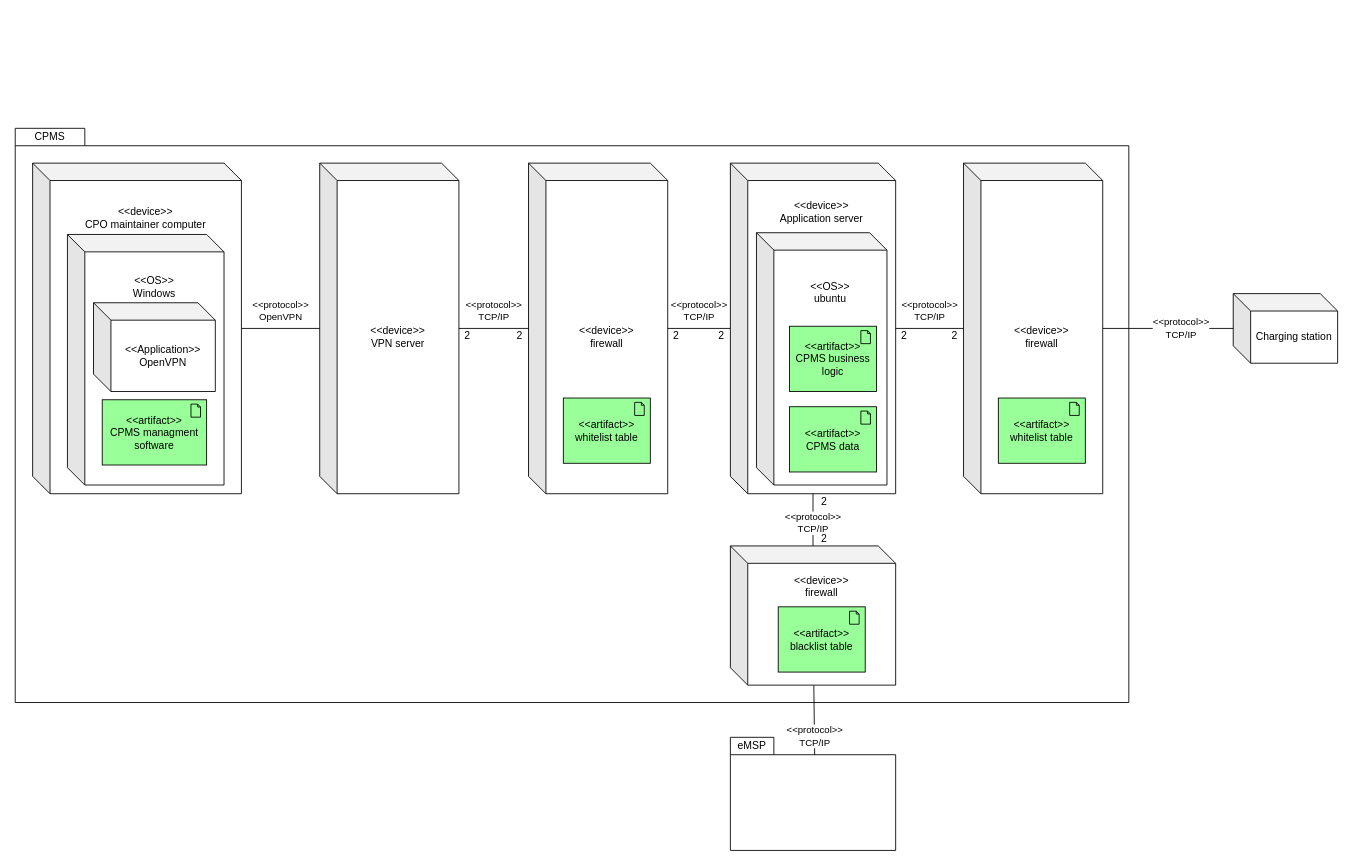
Before: page "CPMS-deployment" (4 of 4) of DD/Graphics/DD.drawio in federico-mandelli/CoriglianoMandelliPignataro, a draw.io diagram. Source tidied: cells renumbered, new cells numbered last; positions are measured from the earlier drawing's top-left corner, leaving out a move shared by most shapes. Both pictures are drawn from the tidied source at 87%, with x=0, y=0 at pixel (15, 128).
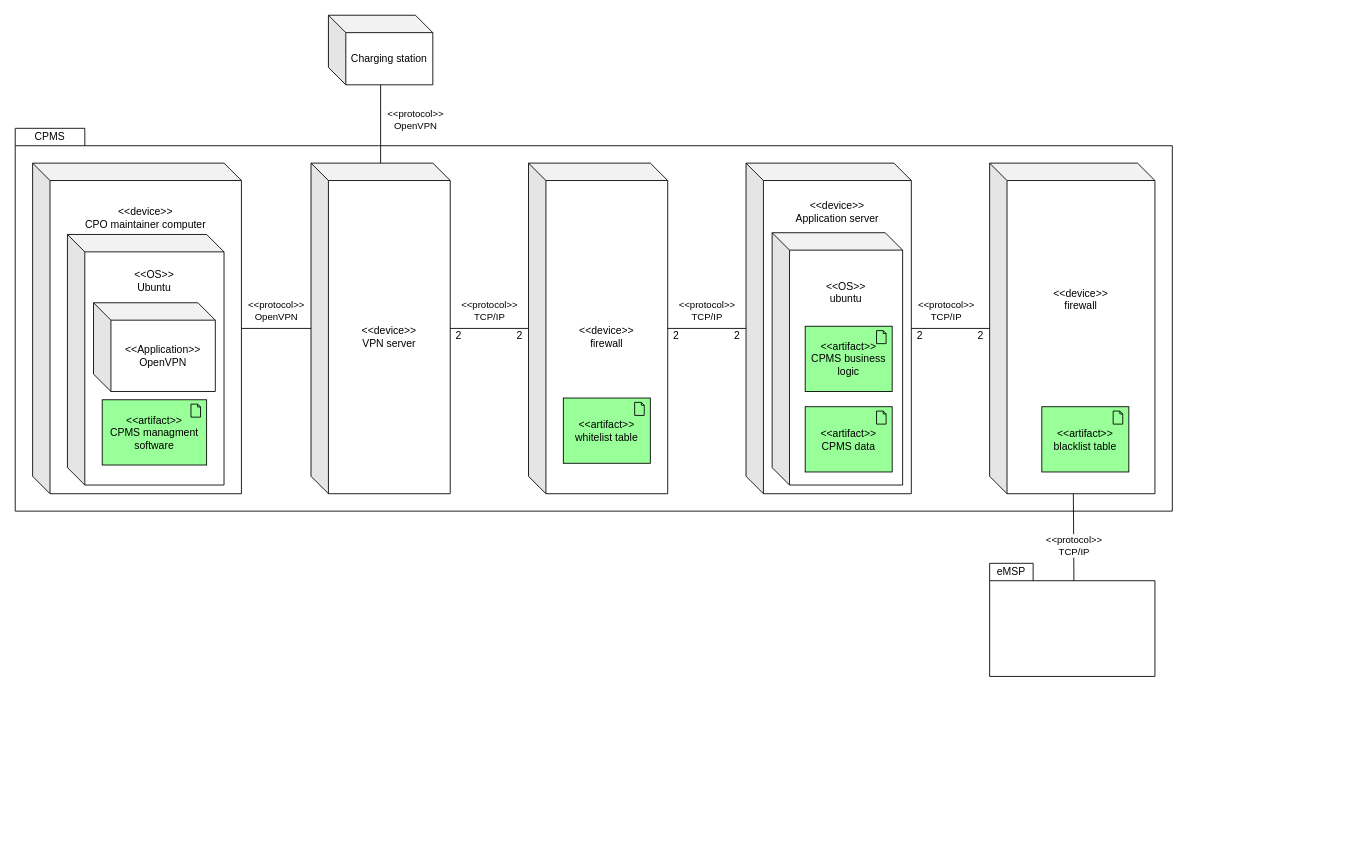
The same diagram, later.

What changed in the source:
```diff
@@
     <mxCell id="2" style="shape=folder;fontStyle=1;spacingTop=10;tabWidth=80;tabHeight=20;tabPosition=left;html=1;" parent="1" vertex="1">
-      <mxGeometry width="1280" height="660" as="geometry" />
+      <mxGeometry width="1330" height="440" as="geometry" />
     </mxCell>
     <mxCell id="3" value="&amp;lt;&amp;lt;device&amp;gt;&amp;gt;&lt;br&gt;Application server&lt;br&gt;&lt;br&gt;&lt;br&gt;&lt;br&gt;&lt;br&gt;&lt;br&gt;&lt;br&gt;&lt;br&gt;&lt;br&gt;&lt;br&gt;&lt;br&gt;&lt;br&gt;&lt;br&gt;&lt;br&gt;&lt;br&gt;&lt;br&gt;&lt;br&gt;&lt;br&gt;&lt;br&gt;&lt;br&gt;&lt;br&gt;" style="shape=cube;whiteSpace=wrap;html=1;boundedLbl=1;backgroundOutline=1;darkOpacity=0.05;darkOpacity2=0.1;" parent="1" vertex="1">
-      <mxGeometry x="822" y="40" width="190" height="380" as="geometry" />
+      <mxGeometry x="840" y="40" width="190" height="380" as="geometry" />
     </mxCell>
@@
     <mxCell id="5" style="shape=folder;fontStyle=1;spacingTop=10;tabWidth=50;tabHeight=20;tabPosition=left;html=1;" parent="1" vertex="1">
-      <mxGeometry x="822" y="700" width="190" height="130" as="geometry" />
+      <mxGeometry x="1120" y="500" width="190" height="130" as="geometry" />
     </mxCell>
     <mxCell id="6" value="eMSP" style="text;html=1;strokeColor=none;fillColor=none;align=center;verticalAlign=middle;whiteSpace=wrap;rounded=0;" parent="1" vertex="1">
-      <mxGeometry x="822" y="700" width="50" height="20" as="geometry" />
+      <mxGeometry x="1120" y="500" width="50" height="20" as="geometry" />
     </mxCell>
@@
-    <mxCell id="8" value="&amp;lt;&amp;lt;OS&amp;gt;&amp;gt;&lt;br&gt;Windows&lt;br&gt;&lt;br&gt;&lt;br&gt;&lt;br&gt;&lt;br&gt;&lt;br&gt;&lt;br&gt;&lt;br&gt;&lt;br&gt;&lt;br&gt;&lt;br&gt;&lt;br&gt;&lt;br&gt;&lt;br&gt;" style="shape=cube;whiteSpace=wrap;html=1;boundedLbl=1;backgroundOutline=1;darkOpacity=0.05;darkOpacity2=0.1;" parent="1" vertex="1">
+    <mxCell id="8" value="&amp;lt;&amp;lt;OS&amp;gt;&amp;gt;&lt;br&gt;Ubuntu&lt;br&gt;&lt;br&gt;&lt;br&gt;&lt;br&gt;&lt;br&gt;&lt;br&gt;&lt;br&gt;&lt;br&gt;&lt;br&gt;&lt;br&gt;&lt;br&gt;&lt;br&gt;&lt;br&gt;&lt;br&gt;&lt;br&gt;" style="shape=cube;whiteSpace=wrap;html=1;boundedLbl=1;backgroundOutline=1;darkOpacity=0.05;darkOpacity2=0.1;" parent="1" vertex="1">
       <mxGeometry x="60" y="122" width="180" height="288" as="geometry" />
     </mxCell>
     <mxCell id="9" value="&amp;lt;&amp;lt;OS&amp;gt;&amp;gt;&lt;br&gt;ubuntu&lt;br&gt;&lt;br&gt;&lt;br&gt;&lt;br&gt;&lt;br&gt;&lt;br&gt;&lt;br&gt;&lt;br&gt;&lt;br&gt;&lt;br&gt;&lt;br&gt;&lt;br&gt;&lt;br&gt;" style="shape=cube;whiteSpace=wrap;html=1;boundedLbl=1;backgroundOutline=1;darkOpacity=0.05;darkOpacity2=0.1;" parent="1" vertex="1">
-      <mxGeometry x="852" y="120" width="150" height="290" as="geometry" />
+      <mxGeometry x="870" y="120" width="150" height="290" as="geometry" />
     </mxCell>
@@
     <mxCell id="11" value="&amp;lt;&amp;lt;artifact&amp;gt;&amp;gt;&lt;br style=&quot;border-color: var(--border-color);&quot;&gt;CPMS business logic" style="html=1;whiteSpace=wrap;fillColor=#99ff99;shape=mxgraph.archimate.application;appType=artifact;" parent="1" vertex="1">
-      <mxGeometry x="890" y="227.5" width="100" height="75" as="geometry" />
+      <mxGeometry x="908" y="227.5" width="100" height="75" as="geometry" />
     </mxCell>
     <mxCell id="12" value="Charging station" style="shape=cube;whiteSpace=wrap;html=1;boundedLbl=1;backgroundOutline=1;darkOpacity=0.05;darkOpacity2=0.1;" parent="1" vertex="1">
-      <mxGeometry x="1400" y="190" width="120" height="80" as="geometry" />
+      <mxGeometry x="360" y="-130" width="120" height="80" as="geometry" />
     </mxCell>
-    <mxCell id="13" value="&amp;lt;&amp;lt;protocol&amp;gt;&amp;gt;&lt;br&gt;TCP/IP" style="endArrow=none;html=1;rounded=0;" parent="1" edge="1" source="12" target="18">
-      <mxGeometry x="-0.2" relative="1" as="geometry" />
-    </mxCell>
-    <mxCell id="14" value="&amp;lt;&amp;lt;protocol&amp;gt;&amp;gt;&lt;br&gt;TCP/IP" style="endArrow=none;html=1;rounded=0;" parent="1" edge="1" source="18" target="3">
-      <mxGeometry y="-20" relative="1" as="geometry" />
-    </mxCell>
@@
-    <mxCell id="18" value="&amp;lt;&amp;lt;device&amp;gt;&amp;gt;&lt;br&gt;firewall" style="shape=cube;whiteSpace=wrap;html=1;boundedLbl=1;backgroundOutline=1;darkOpacity=0.05;darkOpacity2=0.1;" parent="1" vertex="1">
-      <mxGeometry x="1090" y="40" width="160" height="380" as="geometry" />
-    </mxCell>
-    <mxCell id="19" value="&amp;lt;&amp;lt;artifact&amp;gt;&amp;gt;&lt;br style=&quot;border-color: var(--border-color);&quot;&gt;whitelist table" style="html=1;whiteSpace=wrap;fillColor=#99ff99;shape=mxgraph.archimate.application;appType=artifact;" parent="1" vertex="1">
-      <mxGeometry x="1130" y="310" width="100" height="75" as="geometry" />
-    </mxCell>
     <mxCell id="20" value="&amp;lt;&amp;lt;protocol&amp;gt;&amp;gt;&lt;br&gt;TCP/IP" style="endArrow=none;html=1;rounded=0;entryX=0.51;entryY=0.156;entryDx=0;entryDy=0;entryPerimeter=0;" parent="1" edge="1" source="22" target="5">
-      <mxGeometry x="0.44" relative="1" as="geometry">
-        <mxPoint y="1" as="offset" />
-      </mxGeometry>
+      <mxGeometry x="0.2" relative="1" as="geometry" />
     </mxCell>
     <mxCell id="21" value="&amp;lt;&amp;lt;artifact&amp;gt;&amp;gt;&lt;br style=&quot;border-color: var(--border-color);&quot;&gt;CPMS data" style="html=1;whiteSpace=wrap;fillColor=#99ff99;shape=mxgraph.archimate.application;appType=artifact;" parent="1" vertex="1">
-      <mxGeometry x="890" y="320" width="100" height="75" as="geometry" />
+      <mxGeometry x="908" y="320" width="100" height="75" as="geometry" />
     </mxCell>
     <mxCell id="22" value="&amp;lt;&amp;lt;device&amp;gt;&amp;gt;&lt;br&gt;firewall&lt;br&gt;&lt;br&gt;&lt;br&gt;&lt;br&gt;&lt;br&gt;&lt;br&gt;&lt;br&gt;" style="shape=cube;whiteSpace=wrap;html=1;boundedLbl=1;backgroundOutline=1;darkOpacity=0.05;darkOpacity2=0.1;" parent="1" vertex="1">
-      <mxGeometry x="822" y="480" width="190" height="160" as="geometry" />
+      <mxGeometry x="1120" y="40" width="190" height="380" as="geometry" />
     </mxCell>
     <mxCell id="23" value="&amp;lt;&amp;lt;artifact&amp;gt;&amp;gt;&lt;br style=&quot;border-color: var(--border-color);&quot;&gt;blacklist table" style="html=1;whiteSpace=wrap;fillColor=#99ff99;shape=mxgraph.archimate.application;appType=artifact;" parent="1" vertex="1">
-      <mxGeometry x="877" y="550" width="100" height="75" as="geometry" />
+      <mxGeometry x="1180" y="320" width="100" height="75" as="geometry" />
     </mxCell>
     <mxCell id="24" value="&amp;lt;&amp;lt;protocol&amp;gt;&amp;gt;&lt;br&gt;TCP/IP" style="endArrow=none;html=1;rounded=0;" parent="1" edge="1" source="3" target="22">
-      <mxGeometry x="0.14" relative="1" as="geometry" />
+      <mxGeometry x="-0.11" y="20" relative="1" as="geometry" />
     </mxCell>
     <mxCell id="25" value="&amp;lt;&amp;lt;device&amp;gt;&amp;gt;&lt;br&gt;VPN server" style="shape=cube;whiteSpace=wrap;html=1;boundedLbl=1;backgroundOutline=1;darkOpacity=0.05;darkOpacity2=0.1;" parent="1" vertex="1">
-      <mxGeometry x="350" y="40" width="160" height="380" as="geometry" />
+      <mxGeometry x="340" y="40" width="160" height="380" as="geometry" />
     </mxCell>
@@
     <mxCell id="29" value="2" style="text;html=1;strokeColor=none;fillColor=none;align=center;verticalAlign=middle;whiteSpace=wrap;rounded=0;" parent="1" vertex="1">
-      <mxGeometry x="510" y="230" width="20" height="17" as="geometry" />
+      <mxGeometry x="500" y="230" width="20" height="17" as="geometry" />
     </mxCell>
@@
     <mxCell id="32" value="2" style="text;html=1;strokeColor=none;fillColor=none;align=center;verticalAlign=middle;whiteSpace=wrap;rounded=0;" parent="1" vertex="1">
-      <mxGeometry x="802" y="230" width="20" height="17" as="geometry" />
+      <mxGeometry x="820" y="230" width="20" height="17" as="geometry" />
     </mxCell>
     <mxCell id="33" value="2" style="text;html=1;strokeColor=none;fillColor=none;align=center;verticalAlign=middle;whiteSpace=wrap;rounded=0;" parent="1" vertex="1">
-      <mxGeometry x="920" y="420" width="20" height="17" as="geometry" />
+      <mxGeometry x="1030" y="230" width="20" height="17" as="geometry" />
     </mxCell>
     <mxCell id="34" value="2" style="text;html=1;strokeColor=none;fillColor=none;align=center;verticalAlign=middle;whiteSpace=wrap;rounded=0;" parent="1" vertex="1">
-      <mxGeometry x="920" y="463" width="20" height="17" as="geometry" />
+      <mxGeometry x="1100" y="230" width="20" height="17" as="geometry" />
     </mxCell>
-    <mxCell id="35" value="2" style="text;html=1;strokeColor=none;fillColor=none;align=center;verticalAlign=middle;whiteSpace=wrap;rounded=0;" parent="1" vertex="1">
-      <mxGeometry x="1012" y="230" width="20" height="17" as="geometry" />
-    </mxCell>
-    <mxCell id="36" value="2" style="text;html=1;strokeColor=none;fillColor=none;align=center;verticalAlign=middle;whiteSpace=wrap;rounded=0;" parent="1" vertex="1">
-      <mxGeometry x="1070" y="230" width="20" height="17" as="geometry" />
-    </mxCell>
+    <mxCell id="37" value="&amp;lt;&amp;lt;protocol&amp;gt;&amp;gt;&lt;br style=&quot;border-color: var(--border-color);&quot;&gt;OpenVPN" style="endArrow=none;html=1;rounded=0;" parent="1" edge="1" source="25" target="12">
+      <mxGeometry x="0.11" y="-40" relative="1" as="geometry" />
+    </mxCell>
```
